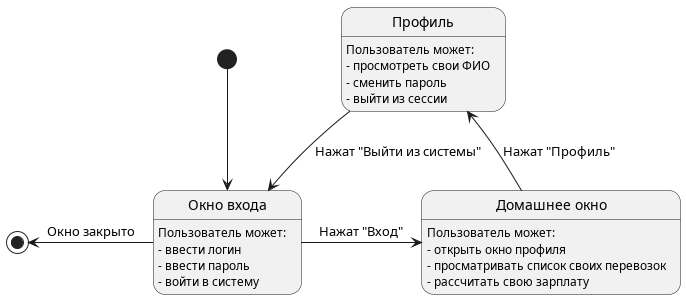
This is state/driver.png from gur7en/kp4, a PlantUML export, as it was before one commit.
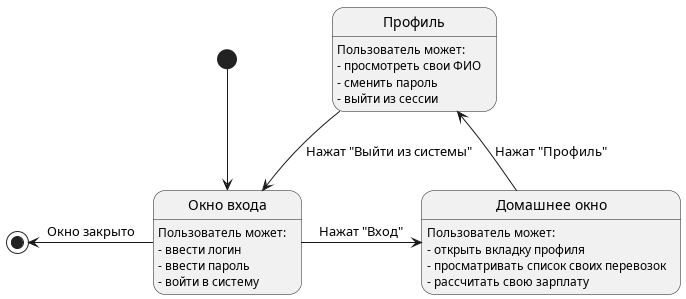
Later version of the same file.

Change to the diagram source:
```diff
@@ -15,7 +15,7 @@
 profile : - выйти из сессии
 
 home : Пользователь может:
-home : - открыть окно профиля
+home : - открыть вкладку профиля
 home : - просматривать список своих перевозок
 home : - рассчитать свою зарплату
 
```
